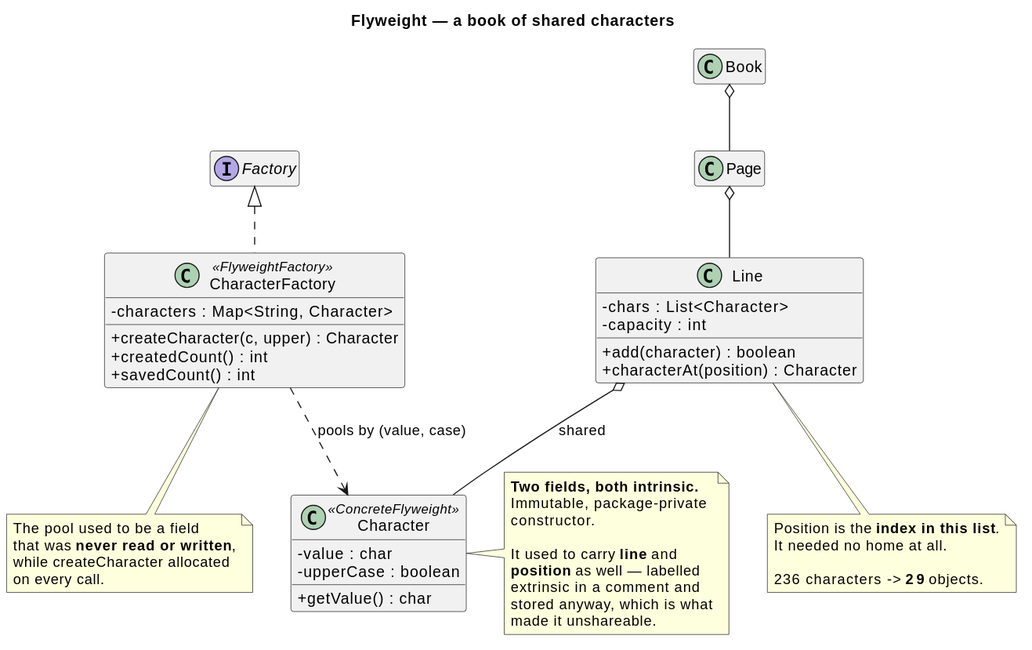
Above: src/main/java/dev/kaldiroglu/dp/structural/flyweight/book/uml/Flyweight - Book - Class Diagram.svg in kaldiroglu/DesignPatternsWithJava (PlantUML), before the change. Its diagram source:
```plantuml
@startuml
skinparam classAttributeIconSize 0
hide empty members
title Flyweight — a book of shared characters


class Character <<ConcreteFlyweight>> {
  - value : char
  - upperCase : boolean
  + getValue() : char
}

class CharacterFactory <<FlyweightFactory>> {
  - characters : Map<String, Character>
  + createCharacter(c, upper) : Character
  + createdCount() : int
  + savedCount() : int
}

interface Factory
class Line {
  - chars : List<Character>
  - capacity : int
  + add(character) : boolean
  + characterAt(position) : Character
}
class Page
class Book

Factory <|.. CharacterFactory
CharacterFactory ..> Character : "pools by (value, case)"
Line o-- Character : "shared"
Page o-- Line
Book o-- Page

note right of Character
  <b>Two fields, both intrinsic.</b>
  Immutable, package-private
  constructor.

  It used to carry <b>line</b> and
  <b>position</b> as well — labelled
  extrinsic in a comment and
  stored anyway, which is what
  made it unshareable.
end note

note bottom of Line
  Position is the <b>index in this list</b>.
  It needed no home at all.

  236 characters -> <b>29</b> objects.
end note

note bottom of CharacterFactory
  The pool used to be a field
  that was <b>never read or written</b>,
  while createCharacter allocated
  on every call.
end note
@enduml
```
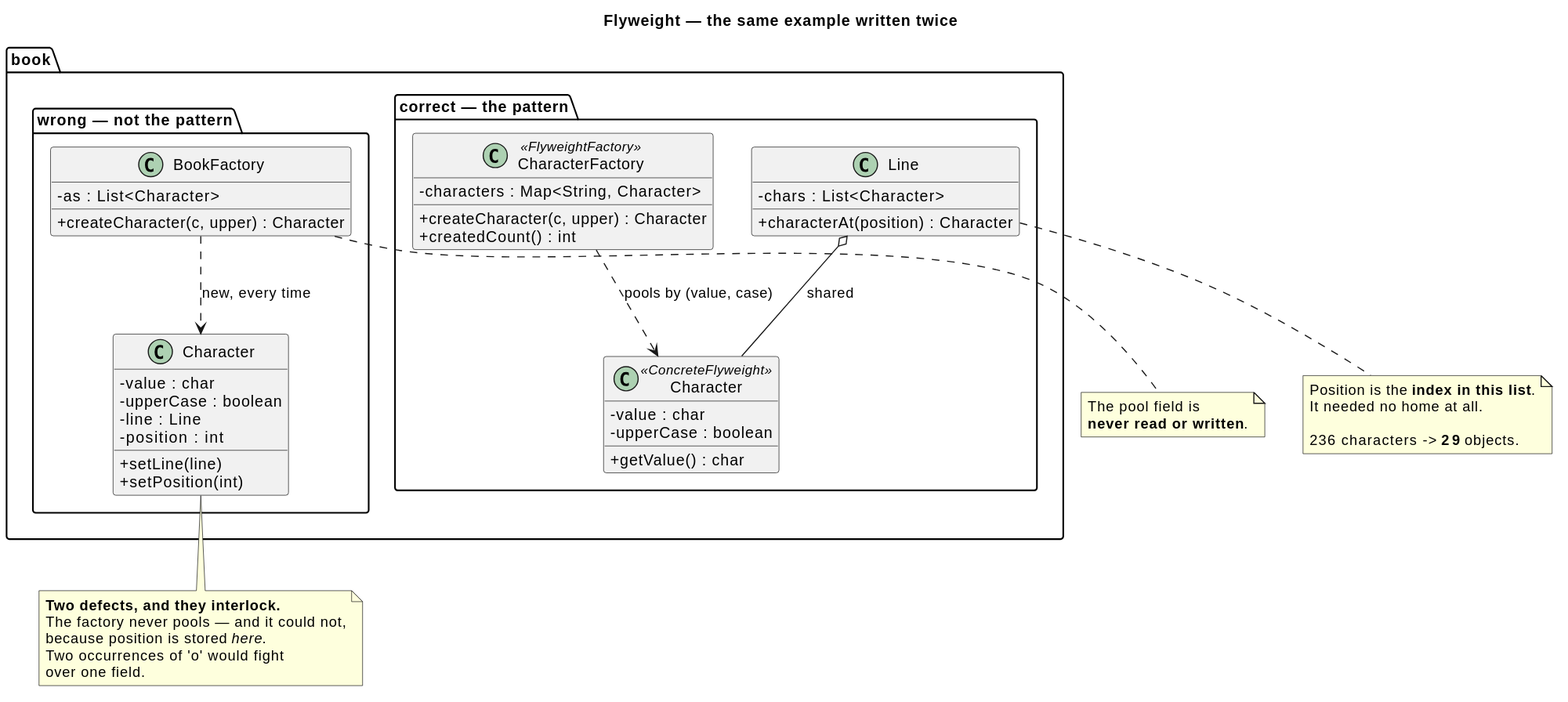
The same diagram one commit later.

Change to the diagram source:
```diff
@@ -1,61 +1,61 @@
 @startuml
 skinparam classAttributeIconSize 0
 hide empty members
-title Flyweight — a book of shared characters
+title Flyweight — the same example written twice
 
 
-class Character <<ConcreteFlyweight>> {
-  - value : char
-  - upperCase : boolean
-  + getValue() : char
+package "book.wrong — not the pattern" {
+  class "Character" as WC {
+    - value : char
+    - upperCase : boolean
+    - line : Line
+    - position : int
+    + setLine(line)
+    + setPosition(int)
+  }
+  class "BookFactory" as WF {
+    - as : List<Character>
+    + createCharacter(c, upper) : Character
+  }
+  WF ..> WC : "new, every time"
 }
 
-class CharacterFactory <<FlyweightFactory>> {
-  - characters : Map<String, Character>
-  + createCharacter(c, upper) : Character
-  + createdCount() : int
-  + savedCount() : int
+package "book.correct — the pattern" {
+  class "Character" as CC <<ConcreteFlyweight>> {
+    - value : char
+    - upperCase : boolean
+    + getValue() : char
+  }
+  class "CharacterFactory" as CF <<FlyweightFactory>> {
+    - characters : Map<String, Character>
+    + createCharacter(c, upper) : Character
+    + createdCount() : int
+  }
+  class "Line" as CL {
+    - chars : List<Character>
+    + characterAt(position) : Character
+  }
+  CF ..> CC : "pools by (value, case)"
+  CL o-- CC : "shared"
 }
 
-interface Factory
-class Line {
-  - chars : List<Character>
-  - capacity : int
-  + add(character) : boolean
-  + characterAt(position) : Character
-}
-class Page
-class Book
-
-Factory <|.. CharacterFactory
-CharacterFactory ..> Character : "pools by (value, case)"
-Line o-- Character : "shared"
-Page o-- Line
-Book o-- Page
-
-note right of Character
-  <b>Two fields, both intrinsic.</b>
-  Immutable, package-private
-  constructor.
-
-  It used to carry <b>line</b> and
-  <b>position</b> as well — labelled
-  extrinsic in a comment and
-  stored anyway, which is what
-  made it unshareable.
+note bottom of WC
+  <b>Two defects, and they interlock.</b>
+  The factory never pools — and it could not,
+  because position is stored <i>here</i>.
+  Two occurrences of 'o' would fight
+  over one field.
 end note
 
-note bottom of Line
+note bottom of WF
+  The pool field is
+  <b>never read or written</b>.
+end note
+
+note bottom of CL
   Position is the <b>index in this list</b>.
   It needed no home at all.
 
   236 characters -> <b>29</b> objects.
 end note
-
-note bottom of CharacterFactory
-  The pool used to be a field
-  that was <b>never read or written</b>,
-  while createCharacter allocated
-  on every call.
-end note
 @enduml
```
